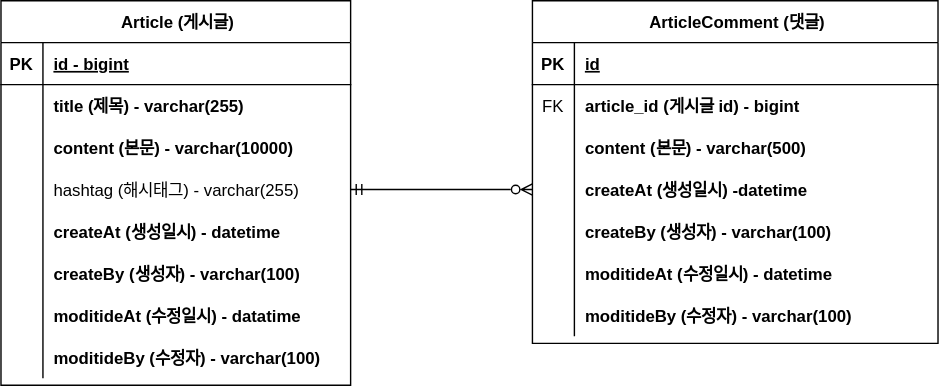
Above: document/board-project-erd.svg in xotlr333/board-project (draw.io), before the change. Source tidied: cells renumbered, new cells last; positions are measured from the earlier drawing's top-left corner, leaving out a move shared by most shapes.
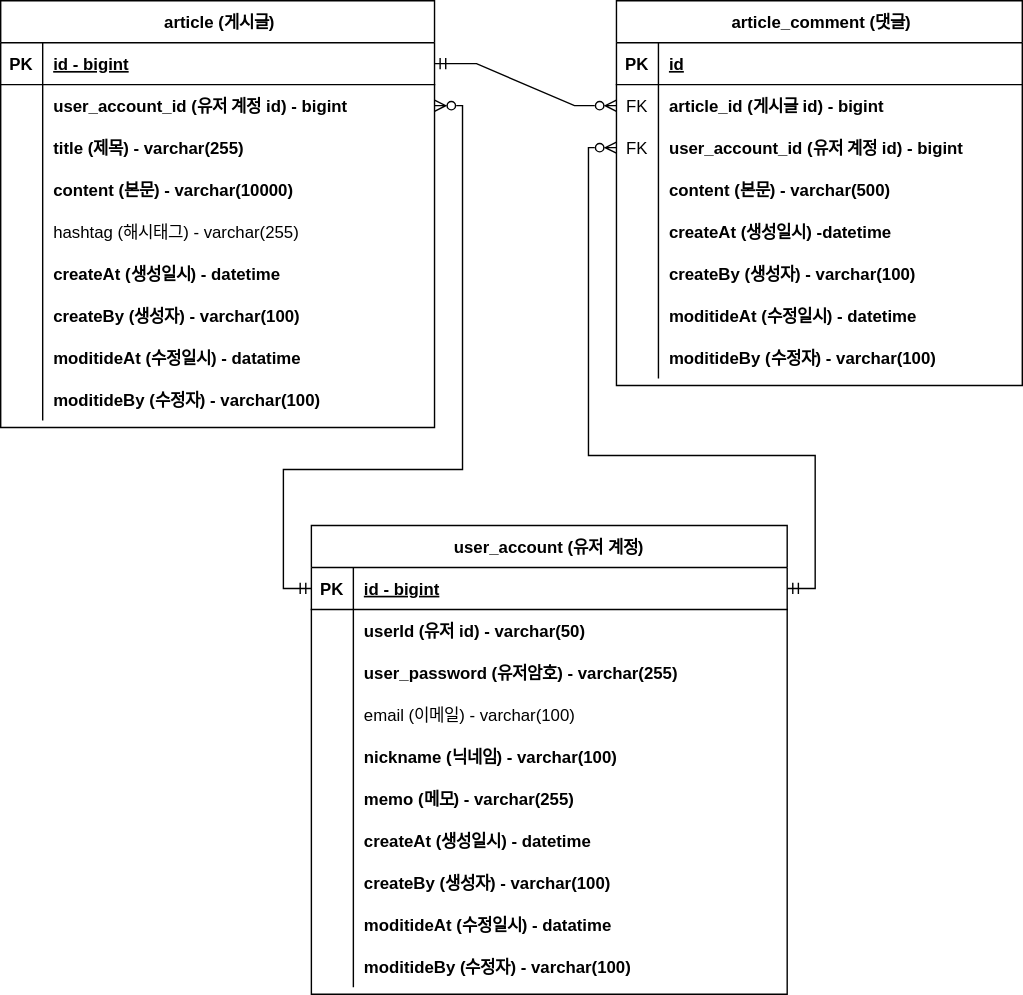
After the commit.

Diff of the diagram source:
```diff
@@ -2,83 +2,92 @@
   <root>
     <mxCell id="0" />
     <mxCell id="1" parent="0" />
-    <mxCell id="2" value=" Article (게시글)" style="shape=table;startSize=30;rowLines=0;fontStyle=1;align=center;" parent="1" vertex="1">
-      <mxGeometry width="250" height="275" as="geometry" />
+    <mxCell id="2" value=" article (게시글)" style="shape=table;startSize=30;rowLines=0;fontStyle=1;align=center;" parent="1" vertex="1">
+      <mxGeometry x="-60" width="310" height="305" as="geometry" />
     </mxCell>
     <mxCell id="3" style="shape=partialRectangle;fillColor=none;points=[[0,0.5],[1,0.5]];portConstraint=eastwest;top=0;left=0;right=0;bottom=1;" parent="2" vertex="1">
-      <mxGeometry y="30" width="250" height="30" as="geometry" />
+      <mxGeometry y="30" width="310" height="30" as="geometry" />
     </mxCell>
     <mxCell id="4" value="PK" style="shape=partialRectangle;overflow=hidden;fillColor=none;top=0;left=0;bottom=0;right=0;fontStyle=1;" parent="3" vertex="1">
       <mxGeometry width="30" height="30" as="geometry" />
     </mxCell>
     <mxCell id="5" value="id - bigint" style="shape=partialRectangle;overflow=hidden;fillColor=none;top=0;left=0;bottom=0;right=0;align=left;spacingLeft=6;fontStyle=5;" parent="3" vertex="1">
-      <mxGeometry x="30" width="220" height="30" as="geometry" />
+      <mxGeometry x="30" width="280" height="30" as="geometry" />
     </mxCell>
     <mxCell id="6" style="shape=partialRectangle;fillColor=none;points=[[0,0.5],[1,0.5]];portConstraint=eastwest;top=0;left=0;right=0;bottom=0;" parent="2" vertex="1">
-      <mxGeometry y="60" width="250" height="30" as="geometry" />
+      <mxGeometry y="60" width="310" height="30" as="geometry" />
     </mxCell>
     <mxCell id="7" style="shape=partialRectangle;overflow=hidden;fillColor=none;top=0;left=0;bottom=0;right=0;" parent="6" vertex="1">
       <mxGeometry width="30" height="30" as="geometry" />
     </mxCell>
-    <mxCell id="8" value="title (제목) - varchar(255)" style="shape=partialRectangle;overflow=hidden;fillColor=none;top=0;left=0;bottom=0;right=0;align=left;spacingLeft=6;fontStyle=1;" parent="6" vertex="1">
-      <mxGeometry x="30" width="220" height="30" as="geometry" />
+    <mxCell id="8" value="user_account_id (유저 계정 id) - bigint" style="shape=partialRectangle;overflow=hidden;fillColor=none;top=0;left=0;bottom=0;right=0;align=left;spacingLeft=6;fontStyle=1;" parent="6" vertex="1">
+      <mxGeometry x="30" width="280" height="30" as="geometry" />
     </mxCell>
+    <mxCell id="50" style="shape=partialRectangle;fillColor=none;top=0;left=0;right=0;bottom=0;" parent="2" vertex="1">
+      <mxGeometry y="90" width="310" height="30" as="geometry" />
+    </mxCell>
+    <mxCell id="51" style="shape=partialRectangle;overflow=hidden;fillColor=none;top=0;left=0;bottom=0;right=0;" parent="50" vertex="1">
+      <mxGeometry width="30" height="30" as="geometry" />
+    </mxCell>
+    <mxCell id="52" value="title (제목) - varchar(255)" style="shape=partialRectangle;overflow=hidden;fillColor=none;top=0;left=0;bottom=0;right=0;align=left;spacingLeft=6;fontStyle=1;" parent="50" vertex="1">
+      <mxGeometry x="30" width="280" height="30" as="geometry" />
+    </mxCell>
     <mxCell id="9" style="shape=partialRectangle;fillColor=none;top=0;left=0;right=0;bottom=0;" parent="2" vertex="1">
-      <mxGeometry y="90" width="250" height="30" as="geometry" />
+      <mxGeometry y="120" width="310" height="30" as="geometry" />
     </mxCell>
     <mxCell id="10" style="shape=partialRectangle;overflow=hidden;fillColor=none;top=0;left=0;bottom=0;right=0;" parent="9" vertex="1">
       <mxGeometry width="30" height="30" as="geometry" />
     </mxCell>
     <mxCell id="11" value="content (본문) - varchar(10000)" style="shape=partialRectangle;overflow=hidden;fillColor=none;top=0;left=0;bottom=0;right=0;align=left;spacingLeft=6;fontStyle=1;" parent="9" vertex="1">
-      <mxGeometry x="30" width="220" height="30" as="geometry" />
+      <mxGeometry x="30" width="280" height="30" as="geometry" />
     </mxCell>
     <mxCell id="12" style="shape=partialRectangle;fillColor=none;points=[[0,0.5],[1,0.5]];portConstraint=eastwest;top=0;left=0;right=0;bottom=0;" parent="2" vertex="1">
-      <mxGeometry y="120" width="250" height="30" as="geometry" />
+      <mxGeometry y="150" width="310" height="30" as="geometry" />
     </mxCell>
     <mxCell id="13" style="shape=partialRectangle;overflow=hidden;fillColor=none;top=0;left=0;bottom=0;right=0;" parent="12" vertex="1">
       <mxGeometry width="30" height="30" as="geometry" />
     </mxCell>
     <mxCell id="14" value="hashtag (해시태그) - varchar(255)" style="shape=partialRectangle;overflow=hidden;fillColor=none;top=0;left=0;bottom=0;right=0;align=left;spacingLeft=6;" parent="12" vertex="1">
-      <mxGeometry x="30" width="220" height="30" as="geometry" />
+      <mxGeometry x="30" width="280" height="30" as="geometry" />
     </mxCell>
     <mxCell id="15" style="shape=partialRectangle;fillColor=none;top=0;left=0;right=0;bottom=0;" parent="2" vertex="1">
-      <mxGeometry y="150" width="250" height="30" as="geometry" />
+      <mxGeometry y="180" width="310" height="30" as="geometry" />
     </mxCell>
     <mxCell id="16" value="   " style="shape=partialRectangle;overflow=hidden;fillColor=none;top=0;left=0;bottom=0;right=0;" parent="15" vertex="1">
       <mxGeometry width="30" height="30" as="geometry" />
     </mxCell>
     <mxCell id="17" value="createAt (생성일시) - datetime" style="shape=partialRectangle;overflow=hidden;fillColor=none;top=0;left=0;bottom=0;right=0;align=left;spacingLeft=6;fontStyle=1;" parent="15" vertex="1">
-      <mxGeometry x="30" width="220" height="30" as="geometry" />
+      <mxGeometry x="30" width="280" height="30" as="geometry" />
     </mxCell>
     <mxCell id="18" style="shape=partialRectangle;fillColor=none;top=0;left=0;right=0;bottom=0;" parent="2" vertex="1">
-      <mxGeometry y="180" width="250" height="30" as="geometry" />
+      <mxGeometry y="210" width="310" height="30" as="geometry" />
     </mxCell>
     <mxCell id="19" value="   " style="shape=partialRectangle;overflow=hidden;fillColor=none;top=0;left=0;bottom=0;right=0;" parent="18" vertex="1">
       <mxGeometry width="30" height="30" as="geometry" />
     </mxCell>
     <mxCell id="20" value="createBy (생성자) - varchar(100)" style="shape=partialRectangle;overflow=hidden;fillColor=none;top=0;left=0;bottom=0;right=0;align=left;spacingLeft=6;fontStyle=1;" parent="18" vertex="1">
-      <mxGeometry x="30" width="220" height="30" as="geometry" />
+      <mxGeometry x="30" width="280" height="30" as="geometry" />
     </mxCell>
     <mxCell id="21" style="shape=partialRectangle;fillColor=none;top=0;left=0;right=0;bottom=0;" parent="2" vertex="1">
-      <mxGeometry y="210" width="250" height="30" as="geometry" />
+      <mxGeometry y="240" width="310" height="30" as="geometry" />
     </mxCell>
     <mxCell id="22" value="   " style="shape=partialRectangle;overflow=hidden;fillColor=none;top=0;left=0;bottom=0;right=0;" parent="21" vertex="1">
       <mxGeometry width="30" height="30" as="geometry" />
     </mxCell>
     <mxCell id="23" value="moditideAt (수정일시) - datatime" style="shape=partialRectangle;overflow=hidden;fillColor=none;top=0;left=0;bottom=0;right=0;align=left;spacingLeft=6;fontStyle=1;" parent="21" vertex="1">
-      <mxGeometry x="30" width="220" height="30" as="geometry" />
+      <mxGeometry x="30" width="280" height="30" as="geometry" />
     </mxCell>
     <mxCell id="24" style="shape=partialRectangle;fillColor=none;top=0;left=0;right=0;bottom=0;" parent="2" vertex="1">
-      <mxGeometry y="240" width="250" height="30" as="geometry" />
+      <mxGeometry y="270" width="310" height="30" as="geometry" />
     </mxCell>
     <mxCell id="25" value="   " style="shape=partialRectangle;overflow=hidden;fillColor=none;top=0;left=0;bottom=0;right=0;" parent="24" vertex="1">
       <mxGeometry width="30" height="30" as="geometry" />
     </mxCell>
     <mxCell id="26" value="moditideBy (수정자) - varchar(100)" style="shape=partialRectangle;overflow=hidden;fillColor=none;top=0;left=0;bottom=0;right=0;align=left;spacingLeft=6;fontStyle=1;" parent="24" vertex="1">
-      <mxGeometry x="30" width="220" height="30" as="geometry" />
+      <mxGeometry x="30" width="280" height="30" as="geometry" />
     </mxCell>
-    <mxCell id="27" value=" ArticleComment (댓글)" style="shape=table;startSize=30;rowLines=0;fontStyle=1;align=center;" parent="1" vertex="1">
-      <mxGeometry x="380" width="290" height="245" as="geometry" />
+    <mxCell id="27" value=" article_comment (댓글)" style="shape=table;startSize=30;rowLines=0;fontStyle=1;align=center;" parent="1" vertex="1">
+      <mxGeometry x="380" width="290" height="275" as="geometry" />
     </mxCell>
     <mxCell id="28" style="shape=partialRectangle;fillColor=none;top=0;left=0;right=0;bottom=1;" parent="27" vertex="1">
       <mxGeometry y="30" width="290" height="30" as="geometry" />
@@ -98,8 +107,17 @@
     <mxCell id="33" value="article_id (게시글 id) - bigint" style="shape=partialRectangle;overflow=hidden;fillColor=none;top=0;left=0;bottom=0;right=0;align=left;spacingLeft=6;fontStyle=1;" parent="31" vertex="1">
       <mxGeometry x="30" width="260" height="30" as="geometry" />
     </mxCell>
+    <mxCell id="53" style="shape=partialRectangle;fillColor=none;points=[[0,0.5],[1,0.5]];portConstraint=eastwest;top=0;left=0;right=0;bottom=0;" parent="27" vertex="1">
+      <mxGeometry y="90" width="290" height="30" as="geometry" />
+    </mxCell>
+    <mxCell id="54" value="FK" style="shape=partialRectangle;overflow=hidden;fillColor=none;top=0;left=0;bottom=0;right=0;" parent="53" vertex="1">
+      <mxGeometry width="30" height="30" as="geometry" />
+    </mxCell>
+    <mxCell id="55" value="user_account_id (유저 계정 id) - bigint" style="shape=partialRectangle;overflow=hidden;fillColor=none;top=0;left=0;bottom=0;right=0;align=left;spacingLeft=6;fontStyle=1;" parent="53" vertex="1">
+      <mxGeometry x="30" width="260" height="30" as="geometry" />
+    </mxCell>
     <mxCell id="34" style="shape=partialRectangle;fillColor=none;top=0;left=0;right=0;bottom=0;" parent="27" vertex="1">
-      <mxGeometry y="90" width="290" height="30" as="geometry" />
+      <mxGeometry y="120" width="290" height="30" as="geometry" />
     </mxCell>
     <mxCell id="35" style="shape=partialRectangle;overflow=hidden;fillColor=none;top=0;left=0;bottom=0;right=0;" parent="34" vertex="1">
       <mxGeometry width="30" height="30" as="geometry" />
@@ -108,7 +126,7 @@
       <mxGeometry x="30" width="260" height="30" as="geometry" />
     </mxCell>
     <mxCell id="37" style="shape=partialRectangle;fillColor=none;points=[[0,0.5],[1,0.5]];portConstraint=eastwest;top=0;left=0;right=0;bottom=0;" parent="27" vertex="1">
-      <mxGeometry y="120" width="290" height="30" as="geometry" />
+      <mxGeometry y="150" width="290" height="30" as="geometry" />
     </mxCell>
     <mxCell id="38" value="   " style="shape=partialRectangle;overflow=hidden;fillColor=none;top=0;left=0;bottom=0;right=0;" parent="37" vertex="1">
       <mxGeometry width="30" height="30" as="geometry" />
@@ -117,7 +135,7 @@
       <mxGeometry x="30" width="260" height="30" as="geometry" />
     </mxCell>
     <mxCell id="40" style="shape=partialRectangle;fillColor=none;top=0;left=0;right=0;bottom=0;" parent="27" vertex="1">
-      <mxGeometry y="150" width="290" height="30" as="geometry" />
+      <mxGeometry y="180" width="290" height="30" as="geometry" />
     </mxCell>
     <mxCell id="41" value="   " style="shape=partialRectangle;overflow=hidden;fillColor=none;top=0;left=0;bottom=0;right=0;" parent="40" vertex="1">
       <mxGeometry width="30" height="30" as="geometry" />
@@ -126,7 +144,7 @@
       <mxGeometry x="30" width="260" height="30" as="geometry" />
     </mxCell>
     <mxCell id="43" style="shape=partialRectangle;fillColor=none;top=0;left=0;right=0;bottom=0;" parent="27" vertex="1">
-      <mxGeometry y="180" width="290" height="30" as="geometry" />
+      <mxGeometry y="210" width="290" height="30" as="geometry" />
     </mxCell>
     <mxCell id="44" value="   " style="shape=partialRectangle;overflow=hidden;fillColor=none;top=0;left=0;bottom=0;right=0;" parent="43" vertex="1">
       <mxGeometry width="30" height="30" as="geometry" />
@@ -135,7 +153,7 @@
       <mxGeometry x="30" width="260" height="30" as="geometry" />
     </mxCell>
     <mxCell id="46" style="shape=partialRectangle;fillColor=none;top=0;left=0;right=0;bottom=0;" parent="27" vertex="1">
-      <mxGeometry y="210" width="290" height="30" as="geometry" />
+      <mxGeometry y="240" width="290" height="30" as="geometry" />
     </mxCell>
     <mxCell id="47" value="   " style="shape=partialRectangle;overflow=hidden;fillColor=none;top=0;left=0;bottom=0;right=0;" parent="46" vertex="1">
       <mxGeometry width="30" height="30" as="geometry" />
@@ -143,8 +161,126 @@
     <mxCell id="48" value="moditideBy (수정자) - varchar(100)" style="shape=partialRectangle;overflow=hidden;fillColor=none;top=0;left=0;bottom=0;right=0;align=left;spacingLeft=6;fontStyle=1;" parent="46" vertex="1">
       <mxGeometry x="30" width="260" height="30" as="geometry" />
     </mxCell>
-    <mxCell id="49" style="rounded=0;jettySize=auto;html=1;exitX=1;exitY=0.5;exitDx=0;exitDy=0;entryX=0;entryY=0.5;entryDx=0;entryDy=0;endArrow=ERzeroToMany;endFill=0;startArrow=ERmandOne;startFill=0;" parent="1" edge="1" source="12" target="37">
-      <mxGeometry relative="1" as="geometry" />
+    <mxCell id="49" style="rounded=0;jettySize=auto;html=1;exitX=1;exitY=0.5;exitDx=0;exitDy=0;entryX=0;entryY=0.5;entryDx=0;entryDy=0;endArrow=ERzeroToMany;endFill=0;startArrow=ERmandOne;startFill=0;" parent="1" edge="1" source="3" target="31">
+      <mxGeometry relative="1" as="geometry">
+        <Array as="points">
+          <mxPoint x="280" y="45" />
+          <mxPoint x="350" y="75" />
+        </Array>
+      </mxGeometry>
     </mxCell>
+    <mxCell id="56" value="user_account (유저 계정)" style="shape=table;startSize=30;rowLines=0;fontStyle=1;align=center;" parent="1" vertex="1">
+      <mxGeometry x="162" y="375" width="340" height="335" as="geometry" />
+    </mxCell>
+    <mxCell id="57" style="shape=partialRectangle;fillColor=none;points=[[0,0.5],[1,0.5]];portConstraint=eastwest;top=0;left=0;right=0;bottom=1;" parent="56" vertex="1">
+      <mxGeometry y="30" width="340" height="30" as="geometry" />
+    </mxCell>
+    <mxCell id="58" value="PK" style="shape=partialRectangle;overflow=hidden;fillColor=none;top=0;left=0;bottom=0;right=0;fontStyle=1;" parent="57" vertex="1">
+      <mxGeometry width="30" height="30" as="geometry" />
+    </mxCell>
+    <mxCell id="59" value="id - bigint" style="shape=partialRectangle;overflow=hidden;fillColor=none;top=0;left=0;bottom=0;right=0;align=left;spacingLeft=6;fontStyle=5;" parent="57" vertex="1">
+      <mxGeometry x="30" width="310" height="30" as="geometry" />
+    </mxCell>
+    <mxCell id="60" style="shape=partialRectangle;fillColor=none;top=0;left=0;right=0;bottom=0;" parent="56" vertex="1">
+      <mxGeometry y="60" width="340" height="30" as="geometry" />
+    </mxCell>
+    <mxCell id="61" style="shape=partialRectangle;overflow=hidden;fillColor=none;top=0;left=0;bottom=0;right=0;" parent="60" vertex="1">
+      <mxGeometry width="30" height="30" as="geometry" />
+    </mxCell>
+    <mxCell id="62" value="userId (유저 id) - varchar(50)" style="shape=partialRectangle;overflow=hidden;fillColor=none;top=0;left=0;bottom=0;right=0;align=left;spacingLeft=6;fontStyle=1;" parent="60" vertex="1">
+      <mxGeometry x="30" width="310" height="30" as="geometry" />
+    </mxCell>
+    <mxCell id="63" style="shape=partialRectangle;fillColor=none;top=0;left=0;right=0;bottom=0;" parent="56" vertex="1">
+      <mxGeometry y="90" width="340" height="30" as="geometry" />
+    </mxCell>
+    <mxCell id="64" style="shape=partialRectangle;overflow=hidden;fillColor=none;top=0;left=0;bottom=0;right=0;" parent="63" vertex="1">
+      <mxGeometry width="30" height="30" as="geometry" />
+    </mxCell>
+    <mxCell id="65" value="user_password (유저암호) - varchar(255)" style="shape=partialRectangle;overflow=hidden;fillColor=none;top=0;left=0;bottom=0;right=0;align=left;spacingLeft=6;fontStyle=1;" parent="63" vertex="1">
+      <mxGeometry x="30" width="310" height="30" as="geometry" />
+    </mxCell>
+    <mxCell id="66" style="shape=partialRectangle;fillColor=none;top=0;left=0;right=0;bottom=0;" parent="56" vertex="1">
+      <mxGeometry y="120" width="340" height="30" as="geometry" />
+    </mxCell>
+    <mxCell id="67" style="shape=partialRectangle;overflow=hidden;fillColor=none;top=0;left=0;bottom=0;right=0;" parent="66" vertex="1">
+      <mxGeometry width="30" height="30" as="geometry" />
+    </mxCell>
+    <mxCell id="68" value="email (이메일) - varchar(100)" style="shape=partialRectangle;overflow=hidden;fillColor=none;top=0;left=0;bottom=0;right=0;align=left;spacingLeft=6;" parent="66" vertex="1">
+      <mxGeometry x="30" width="310" height="30" as="geometry" />
+    </mxCell>
+    <mxCell id="69" style="shape=partialRectangle;fillColor=none;top=0;left=0;right=0;bottom=0;" parent="56" vertex="1">
+      <mxGeometry y="150" width="340" height="30" as="geometry" />
+    </mxCell>
+    <mxCell id="70" value="   " style="shape=partialRectangle;overflow=hidden;fillColor=none;top=0;left=0;bottom=0;right=0;" parent="69" vertex="1">
+      <mxGeometry width="30" height="30" as="geometry" />
+    </mxCell>
+    <mxCell id="71" value="nickname (닉네임) - varchar(100)" style="shape=partialRectangle;overflow=hidden;fillColor=none;top=0;left=0;bottom=0;right=0;align=left;spacingLeft=6;fontStyle=1;" parent="69" vertex="1">
+      <mxGeometry x="30" width="310" height="30" as="geometry" />
+    </mxCell>
+    <mxCell id="72" style="shape=partialRectangle;fillColor=none;top=0;left=0;right=0;bottom=0;" parent="56" vertex="1">
+      <mxGeometry y="180" width="340" height="30" as="geometry" />
+    </mxCell>
+    <mxCell id="73" value="   " style="shape=partialRectangle;overflow=hidden;fillColor=none;top=0;left=0;bottom=0;right=0;" parent="72" vertex="1">
+      <mxGeometry width="30" height="30" as="geometry" />
+    </mxCell>
+    <mxCell id="74" value="memo (메모) - varchar(255)" style="shape=partialRectangle;overflow=hidden;fillColor=none;top=0;left=0;bottom=0;right=0;align=left;spacingLeft=6;fontStyle=1;" parent="72" vertex="1">
+      <mxGeometry x="30" width="310" height="30" as="geometry" />
+    </mxCell>
+    <mxCell id="75" style="shape=partialRectangle;fillColor=none;top=0;left=0;right=0;bottom=0;" parent="56" vertex="1">
+      <mxGeometry y="210" width="340" height="30" as="geometry" />
+    </mxCell>
+    <mxCell id="76" value="   " style="shape=partialRectangle;overflow=hidden;fillColor=none;top=0;left=0;bottom=0;right=0;" parent="75" vertex="1">
+      <mxGeometry width="30" height="30" as="geometry" />
+    </mxCell>
+    <mxCell id="77" value="createAt (생성일시) - datetime" style="shape=partialRectangle;overflow=hidden;fillColor=none;top=0;left=0;bottom=0;right=0;align=left;spacingLeft=6;fontStyle=1;" parent="75" vertex="1">
+      <mxGeometry x="30" width="310" height="30" as="geometry" />
+    </mxCell>
+    <mxCell id="78" style="shape=partialRectangle;fillColor=none;top=0;left=0;right=0;bottom=0;" parent="56" vertex="1">
+      <mxGeometry y="240" width="340" height="30" as="geometry" />
+    </mxCell>
+    <mxCell id="79" value="   " style="shape=partialRectangle;overflow=hidden;fillColor=none;top=0;left=0;bottom=0;right=0;" parent="78" vertex="1">
+      <mxGeometry width="30" height="30" as="geometry" />
+    </mxCell>
+    <mxCell id="80" value="createBy (생성자) - varchar(100)" style="shape=partialRectangle;overflow=hidden;fillColor=none;top=0;left=0;bottom=0;right=0;align=left;spacingLeft=6;fontStyle=1;" parent="78" vertex="1">
+      <mxGeometry x="30" width="310" height="30" as="geometry" />
+    </mxCell>
+    <mxCell id="81" style="shape=partialRectangle;fillColor=none;top=0;left=0;right=0;bottom=0;" parent="56" vertex="1">
+      <mxGeometry y="270" width="340" height="30" as="geometry" />
+    </mxCell>
+    <mxCell id="82" value="   " style="shape=partialRectangle;overflow=hidden;fillColor=none;top=0;left=0;bottom=0;right=0;" parent="81" vertex="1">
+      <mxGeometry width="30" height="30" as="geometry" />
+    </mxCell>
+    <mxCell id="83" value="moditideAt (수정일시) - datatime" style="shape=partialRectangle;overflow=hidden;fillColor=none;top=0;left=0;bottom=0;right=0;align=left;spacingLeft=6;fontStyle=1;" parent="81" vertex="1">
+      <mxGeometry x="30" width="310" height="30" as="geometry" />
+    </mxCell>
+    <mxCell id="84" style="shape=partialRectangle;fillColor=none;top=0;left=0;right=0;bottom=0;" parent="56" vertex="1">
+      <mxGeometry y="300" width="340" height="30" as="geometry" />
+    </mxCell>
+    <mxCell id="85" value="   " style="shape=partialRectangle;overflow=hidden;fillColor=none;top=0;left=0;bottom=0;right=0;" parent="84" vertex="1">
+      <mxGeometry width="30" height="30" as="geometry" />
+    </mxCell>
+    <mxCell id="86" value="moditideBy (수정자) - varchar(100)" style="shape=partialRectangle;overflow=hidden;fillColor=none;top=0;left=0;bottom=0;right=0;align=left;spacingLeft=6;fontStyle=1;" parent="84" vertex="1">
+      <mxGeometry x="30" width="310" height="30" as="geometry" />
+    </mxCell>
+    <mxCell id="87" style="edgeStyle=orthogonalEdgeStyle;rounded=0;jettySize=auto;html=1;exitX=1;exitY=0.5;exitDx=0;exitDy=0;entryX=0;entryY=0.5;entryDx=0;entryDy=0;strokeColor=default;startArrow=ERzeroToMany;startFill=0;endArrow=ERmandOne;endFill=0;" parent="1" edge="1" source="6" target="57">
+      <mxGeometry relative="1" as="geometry">
+        <Array as="points">
+          <mxPoint x="270" y="75" />
+          <mxPoint x="270" y="335" />
+          <mxPoint x="142" y="335" />
+          <mxPoint x="142" y="420" />
+        </Array>
+      </mxGeometry>
+    </mxCell>
+    <mxCell id="88" style="edgeStyle=orthogonalEdgeStyle;rounded=0;jettySize=auto;html=1;exitX=0;exitY=0.5;exitDx=0;exitDy=0;entryX=1;entryY=0.5;entryDx=0;entryDy=0;startArrow=ERzeroToMany;startFill=0;endArrow=ERmandOne;endFill=0;" parent="1" edge="1" source="53" target="57">
+      <mxGeometry relative="1" as="geometry">
+        <Array as="points">
+          <mxPoint x="360" y="105" />
+          <mxPoint x="360" y="325" />
+          <mxPoint x="522" y="325" />
+          <mxPoint x="522" y="420" />
+        </Array>
+      </mxGeometry>
+    </mxCell>
   </root>
 </mxGraphModel>
```
